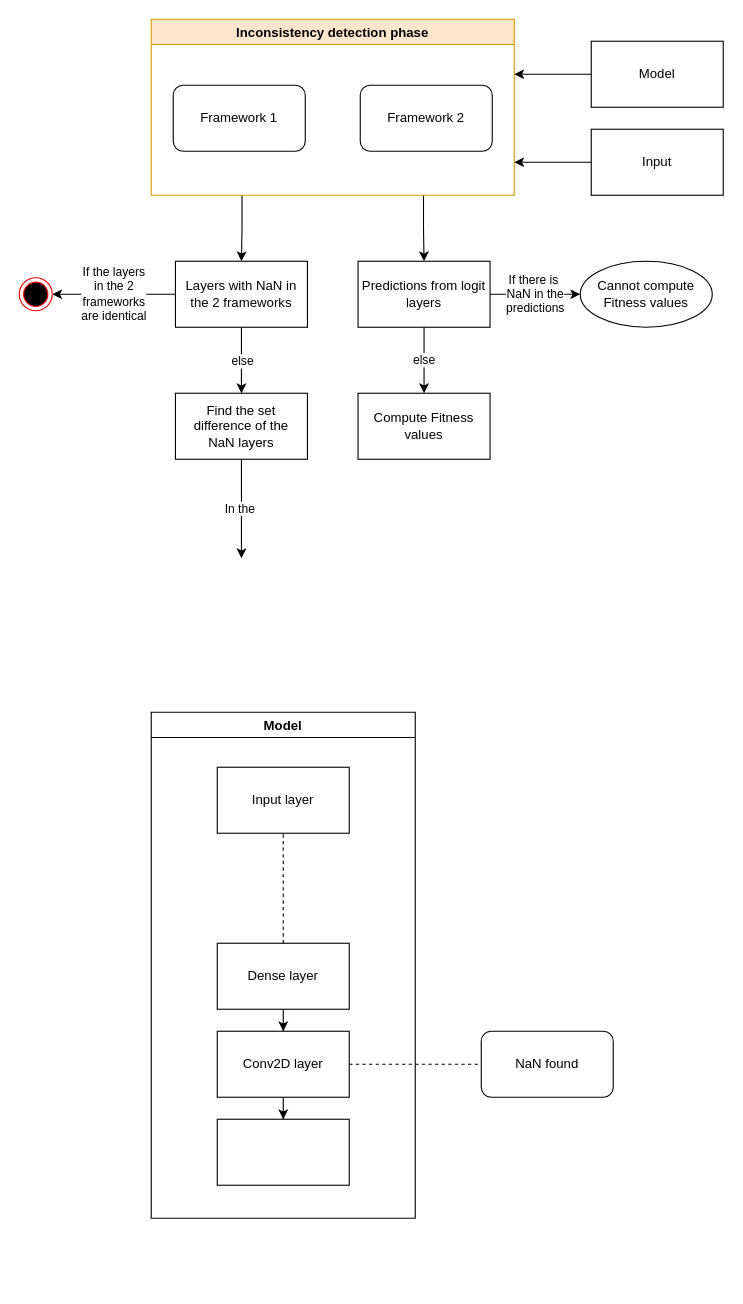
The draw.io diagram GA/dev_2/NaN_Inconsistency_detect.drawio in kelvinlyy/DCDT, before the edit. Source tidied: cells renumbered, new cells numbered last; positions are measured from the earlier drawing's top-left corner, leaving out a move shared by most shapes. Both pictures are drawn from the tidied source at 110%, with x=0, y=0 at pixel (19, 19).
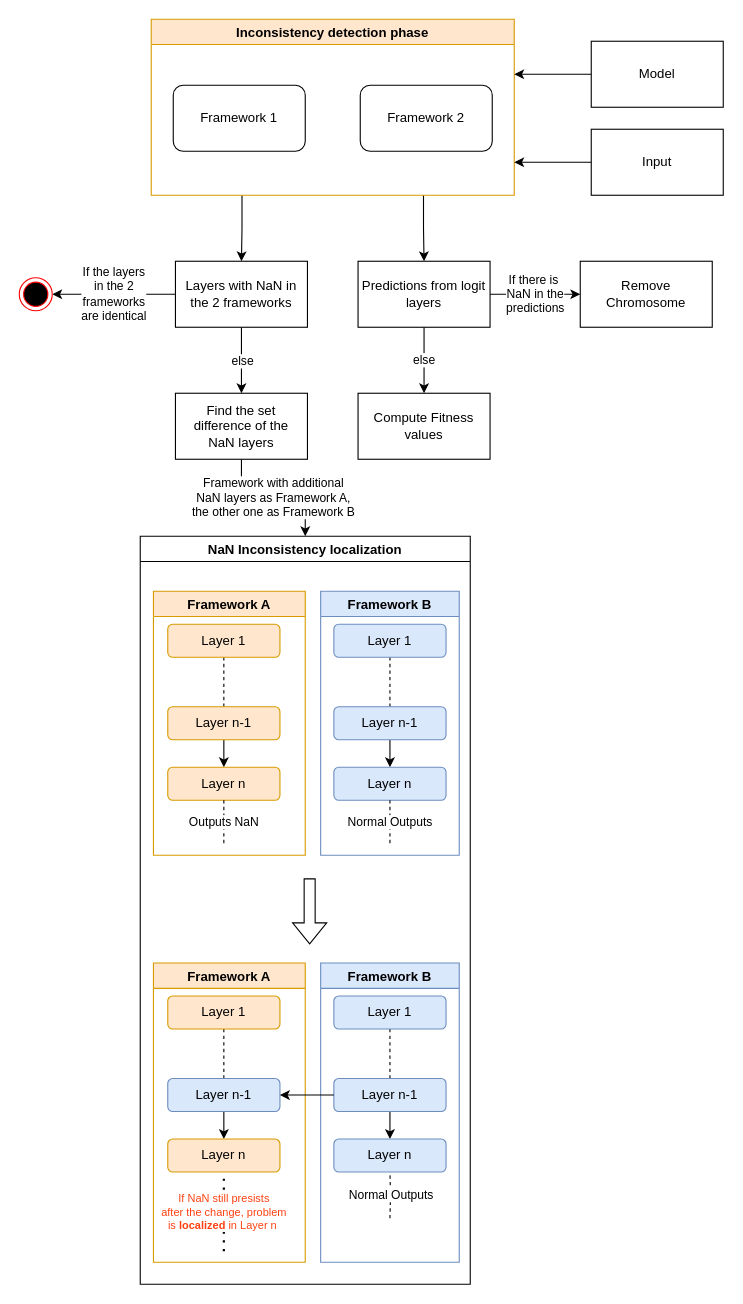
Above is the later version.

Unchanged cells that the change refers to:
```xml
<mxCell id="27" value="Predictions from logit layers" style="rounded=0;whiteSpace=wrap;html=1;" parent="1" vertex="1">
  <mxGeometry x="308" y="220" width="120" height="60" as="geometry" />
</mxCell>
<mxCell id="32" value="Find the set difference of the &lt;br&gt;NaN layers" style="rounded=0;whiteSpace=wrap;html=1;labelBackgroundColor=none;labelBorderColor=none;" parent="1" vertex="1">
  <mxGeometry x="142" y="340" width="120" height="60" as="geometry" />
</mxCell>
```

What changed in the source:
```diff
@@
-    <mxCell id="2" value="Input layer" style="rounded=0;whiteSpace=wrap;html=1;" parent="1" vertex="1">
-      <mxGeometry x="180" y="680" width="120" height="60" as="geometry" />
-    </mxCell>
-    <mxCell id="3" style="edgeStyle=orthogonalEdgeStyle;rounded=0;jettySize=auto;html=1;" parent="1" edge="1" source="4" target="6">
-      <mxGeometry relative="1" as="geometry" />
-    </mxCell>
-    <mxCell id="4" value="Dense layer" style="whiteSpace=wrap;html=1;rounded=0;" parent="1" vertex="1">
-      <mxGeometry x="180" y="840" width="120" height="60" as="geometry" />
-    </mxCell>
-    <mxCell id="5" style="edgeStyle=orthogonalEdgeStyle;rounded=0;jettySize=auto;html=1;" parent="1" edge="1" source="6" target="8">
-      <mxGeometry relative="1" as="geometry" />
-    </mxCell>
-    <mxCell id="6" value="Conv2D layer" style="whiteSpace=wrap;html=1;rounded=0;" parent="1" vertex="1">
-      <mxGeometry x="180" y="920" width="120" height="60" as="geometry" />
-    </mxCell>
-    <mxCell id="7" style="endArrow=none;dashed=1;html=1;rounded=0;entryX=0.5;entryY=1;entryDx=0;entryDy=0;exitX=0.5;exitY=0;exitDx=0;exitDy=0;" parent="1" edge="1" source="4" target="2">
-      <mxGeometry relative="1" as="geometry" />
-    </mxCell>
-    <mxCell id="8" style="whiteSpace=wrap;html=1;rounded=0;" parent="1" vertex="1">
-      <mxGeometry x="180" y="1000" width="120" height="60" as="geometry" />
-    </mxCell>
-    <mxCell id="9" value="Model" style="swimlane;" parent="1" vertex="1">
-      <mxGeometry x="120" y="630" width="240" height="460" as="geometry" />
+    <mxCell id="9" value="NaN Inconsistency localization" style="swimlane;" parent="1" vertex="1">
+      <mxGeometry x="110" y="470" width="300" height="680" as="geometry" />
     </mxCell>
-    <mxCell id="10" style="endArrow=none;dashed=1;html=1;rounded=0;exitX=1;exitY=0.5;exitDx=0;exitDy=0;entryX=0;entryY=0.5;entryDx=0;entryDy=0;" parent="1" edge="1" source="6" target="11">
-      <mxGeometry relative="1" as="geometry" />
-    </mxCell>
-    <mxCell id="11" value="NaN found" style="rounded=1;whiteSpace=wrap;html=1;" parent="1" vertex="1">
-      <mxGeometry x="420" y="920" width="120" height="60" as="geometry" />
-    </mxCell>
+    <mxCell id="33" value="Framework A" style="swimlane;labelBackgroundColor=none;labelBorderColor=none;fillColor=#ffe6cc;strokeColor=#d79b00;" parent="9" vertex="1">
+      <mxGeometry x="12" y="50" width="138" height="240" as="geometry" />
+    </mxCell>
+    <mxCell id="34" style="edgeStyle=orthogonalEdgeStyle;rounded=0;jettySize=auto;html=1;entryX=0.5;entryY=0;entryDx=0;entryDy=0;endArrow=none;endFill=0;dashed=1;" parent="33" edge="1" source="35" target="37">
+      <mxGeometry relative="1" as="geometry" />
+    </mxCell>
+    <mxCell id="35" value="Layer 1" style="rounded=1;whiteSpace=wrap;html=1;labelBackgroundColor=none;labelBorderColor=none;fillColor=#ffe6cc;strokeColor=#d79b00;" parent="33" vertex="1">
+      <mxGeometry x="13" y="30" width="102" height="30" as="geometry" />
+    </mxCell>
+    <mxCell id="36" style="edgeStyle=orthogonalEdgeStyle;rounded=0;jettySize=auto;html=1;endArrow=classic;endFill=1;" parent="33" edge="1" source="37" target="38">
+      <mxGeometry relative="1" as="geometry" />
+    </mxCell>
+    <mxCell id="37" value="Layer n-1" style="rounded=1;whiteSpace=wrap;html=1;labelBackgroundColor=none;labelBorderColor=none;fillColor=#ffe6cc;strokeColor=#d79b00;" parent="33" vertex="1">
+      <mxGeometry x="13" y="105" width="102" height="30" as="geometry" />
+    </mxCell>
+    <mxCell id="38" value="Layer n" style="rounded=1;whiteSpace=wrap;html=1;labelBackgroundColor=none;labelBorderColor=none;fillColor=#ffe6cc;strokeColor=#d79b00;" parent="33" vertex="1">
+      <mxGeometry x="13" y="160" width="102" height="30" as="geometry" />
+    </mxCell>
+    <mxCell id="39" value="Framework B" style="swimlane;labelBackgroundColor=none;labelBorderColor=none;fillColor=#dae8fc;strokeColor=#6c8ebf;" parent="9" vertex="1">
+      <mxGeometry x="164" y="50" width="126" height="240" as="geometry" />
+    </mxCell>
+    <mxCell id="40" style="edgeStyle=orthogonalEdgeStyle;rounded=0;jettySize=auto;html=1;entryX=0.5;entryY=0;entryDx=0;entryDy=0;dashed=1;endArrow=none;endFill=0;" parent="39" edge="1" source="41" target="43">
+      <mxGeometry relative="1" as="geometry" />
+    </mxCell>
+    <mxCell id="41" value="Layer 1" style="rounded=1;whiteSpace=wrap;html=1;labelBackgroundColor=none;labelBorderColor=none;fillColor=#dae8fc;strokeColor=#6c8ebf;" parent="39" vertex="1">
+      <mxGeometry x="12" y="30" width="102" height="30" as="geometry" />
+    </mxCell>
+    <mxCell id="42" style="edgeStyle=orthogonalEdgeStyle;rounded=0;jettySize=auto;html=1;entryX=0.5;entryY=0;entryDx=0;entryDy=0;endArrow=classic;endFill=1;" parent="39" edge="1" source="43" target="44">
+      <mxGeometry relative="1" as="geometry" />
+    </mxCell>
+    <mxCell id="43" value="Layer n-1" style="rounded=1;whiteSpace=wrap;html=1;labelBackgroundColor=none;labelBorderColor=none;fillColor=#dae8fc;strokeColor=#6c8ebf;" parent="39" vertex="1">
+      <mxGeometry x="12" y="105" width="102" height="30" as="geometry" />
+    </mxCell>
+    <mxCell id="44" value="Layer n" style="rounded=1;whiteSpace=wrap;html=1;labelBackgroundColor=none;labelBorderColor=none;fillColor=#dae8fc;strokeColor=#6c8ebf;" parent="39" vertex="1">
+      <mxGeometry x="12" y="160" width="102" height="30" as="geometry" />
+    </mxCell>
+    <mxCell id="45" value="Framework A" style="swimlane;labelBackgroundColor=none;labelBorderColor=none;fillColor=#ffe6cc;strokeColor=#d79b00;" parent="9" vertex="1">
+      <mxGeometry x="12" y="388" width="138" height="272" as="geometry" />
+    </mxCell>
+    <mxCell id="46" style="edgeStyle=orthogonalEdgeStyle;rounded=0;jettySize=auto;html=1;entryX=0.5;entryY=0;entryDx=0;entryDy=0;endArrow=none;endFill=0;dashed=1;" parent="45" edge="1" source="47" target="49">
+      <mxGeometry relative="1" as="geometry" />
+    </mxCell>
+    <mxCell id="47" value="Layer 1" style="rounded=1;whiteSpace=wrap;html=1;labelBackgroundColor=none;labelBorderColor=none;fillColor=#ffe6cc;strokeColor=#d79b00;" parent="45" vertex="1">
+      <mxGeometry x="13" y="30" width="102" height="30" as="geometry" />
+    </mxCell>
+    <mxCell id="48" style="edgeStyle=orthogonalEdgeStyle;rounded=0;jettySize=auto;html=1;endArrow=classic;endFill=1;" parent="45" edge="1" source="49" target="50">
+      <mxGeometry relative="1" as="geometry" />
+    </mxCell>
+    <mxCell id="49" value="Layer n-1" style="rounded=1;whiteSpace=wrap;html=1;labelBackgroundColor=none;labelBorderColor=none;fillColor=#dae8fc;strokeColor=#6c8ebf;" parent="45" vertex="1">
+      <mxGeometry x="13" y="105" width="102" height="30" as="geometry" />
+    </mxCell>
+    <mxCell id="50" value="Layer n" style="rounded=1;whiteSpace=wrap;html=1;labelBackgroundColor=none;labelBorderColor=none;fillColor=#ffe6cc;strokeColor=#d79b00;" parent="45" vertex="1">
+      <mxGeometry x="13" y="160" width="102" height="30" as="geometry" />
+    </mxCell>
+    <mxCell id="51" value="Framework B" style="swimlane;labelBackgroundColor=none;labelBorderColor=none;fillColor=#dae8fc;strokeColor=#6c8ebf;" parent="9" vertex="1">
+      <mxGeometry x="164" y="388" width="126" height="272" as="geometry" />
+    </mxCell>
+    <mxCell id="52" style="edgeStyle=orthogonalEdgeStyle;rounded=0;jettySize=auto;html=1;entryX=0.5;entryY=0;entryDx=0;entryDy=0;dashed=1;endArrow=none;endFill=0;" parent="51" edge="1" source="53" target="55">
+      <mxGeometry relative="1" as="geometry" />
+    </mxCell>
+    <mxCell id="53" value="Layer 1" style="rounded=1;whiteSpace=wrap;html=1;labelBackgroundColor=none;labelBorderColor=none;fillColor=#dae8fc;strokeColor=#6c8ebf;" parent="51" vertex="1">
+      <mxGeometry x="12" y="30" width="102" height="30" as="geometry" />
+    </mxCell>
+    <mxCell id="54" style="edgeStyle=orthogonalEdgeStyle;rounded=0;jettySize=auto;html=1;entryX=0.5;entryY=0;entryDx=0;entryDy=0;endArrow=classic;endFill=1;" parent="51" edge="1" source="55" target="56">
+      <mxGeometry relative="1" as="geometry" />
+    </mxCell>
+    <mxCell id="55" value="Layer n-1" style="rounded=1;whiteSpace=wrap;html=1;labelBackgroundColor=none;labelBorderColor=none;fillColor=#dae8fc;strokeColor=#6c8ebf;" parent="51" vertex="1">
+      <mxGeometry x="12" y="105" width="102" height="30" as="geometry" />
+    </mxCell>
+    <mxCell id="56" value="Layer n" style="rounded=1;whiteSpace=wrap;html=1;labelBackgroundColor=none;labelBorderColor=none;fillColor=#dae8fc;strokeColor=#6c8ebf;" parent="51" vertex="1">
+      <mxGeometry x="12" y="160" width="102" height="30" as="geometry" />
+    </mxCell>
+    <mxCell id="57" style="edgeStyle=orthogonalEdgeStyle;rounded=0;jettySize=auto;html=1;fontSize=10;endArrow=classic;endFill=1;" parent="9" edge="1" source="55" target="49">
+      <mxGeometry relative="1" as="geometry" />
+    </mxCell>
+    <mxCell id="58" style="shape=flexArrow;endArrow=classic;html=1;rounded=0;fontSize=10;" parent="9" edge="1">
+      <mxGeometry relative="1" as="geometry">
+        <mxPoint x="154" y="311" as="sourcePoint" />
+        <mxPoint x="154" y="371" as="targetPoint" />
+      </mxGeometry>
+    </mxCell>
+    <mxCell id="59" value="&lt;font color=&quot;#ff4112&quot;&gt;If NaN still presists&lt;br&gt;after the change, problem&lt;br&gt;is &lt;b&gt;localized&lt;/b&gt; in Layer n&amp;nbsp;&lt;/font&gt;" style="endArrow=none;dashed=1;html=1;dashPattern=1 3;strokeWidth=2;rounded=0;fontSize=10;entryX=0.5;entryY=1;entryDx=0;entryDy=0;" parent="9" edge="1" target="50">
+      <mxGeometry relative="1" as="geometry">
+        <mxPoint x="76" y="650" as="sourcePoint" />
+      </mxGeometry>
+    </mxCell>
@@
-    <mxCell id="26" value="If there is&amp;nbsp;&lt;br&gt;NaN&amp;nbsp;in the &lt;br&gt;predictions" style="edgeStyle=orthogonalEdgeStyle;rounded=0;jettySize=auto;html=1;" parent="1" edge="1" source="27" target="30">
+    <mxCell id="26" value="If there is&amp;nbsp;&lt;br&gt;NaN&amp;nbsp;in the &lt;br&gt;predictions" style="edgeStyle=orthogonalEdgeStyle;rounded=0;jettySize=auto;html=1;entryX=0;entryY=0.5;entryDx=0;entryDy=0;" parent="1" edge="1" source="27" target="60">
       <mxGeometry relative="1" as="geometry" />
     </mxCell>
@@
-    <mxCell id="30" value="Cannot compute&lt;br&gt;Fitness values" style="ellipse;whiteSpace=wrap;html=1;rounded=0;" parent="1" vertex="1">
-      <mxGeometry x="510" y="220" width="120" height="60" as="geometry" />
-    </mxCell>
-    <mxCell id="31" value="In the&amp;nbsp;" style="edgeStyle=orthogonalEdgeStyle;rounded=0;jettySize=auto;html=1;" parent="1" edge="1" source="32">
-      <mxGeometry relative="1" as="geometry">
-        <mxPoint x="202" y="490" as="targetPoint" />
-      </mxGeometry>
+    <mxCell id="31" value="Framework&amp;nbsp;with additional &lt;br&gt;NaN&amp;nbsp;layers as Framework A,&lt;br&gt;the other one as Framework B" style="edgeStyle=orthogonalEdgeStyle;rounded=0;jettySize=auto;html=1;" parent="1" edge="1" source="32" target="9">
+      <mxGeometry relative="1" as="geometry" />
     </mxCell>
@@
+    <mxCell id="60" value="Remove Chromosome" style="rounded=0;whiteSpace=wrap;html=1;labelBackgroundColor=none;labelBorderColor=none;" parent="1" vertex="1">
+      <mxGeometry x="510" y="220" width="120" height="60" as="geometry" />
+    </mxCell>
+    <mxCell id="61" value="Outputs NaN" style="edgeStyle=orthogonalEdgeStyle;rounded=0;jettySize=auto;html=1;endArrow=none;endFill=0;dashed=1;" parent="1" edge="1" source="38">
+      <mxGeometry relative="1" as="geometry">
+        <mxPoint x="186" y="750" as="targetPoint" />
+      </mxGeometry>
+    </mxCell>
+    <mxCell id="62" value="Normal Outputs" style="edgeStyle=orthogonalEdgeStyle;rounded=0;jettySize=auto;html=1;dashed=1;endArrow=none;endFill=0;" parent="1" edge="1" source="44">
+      <mxGeometry relative="1" as="geometry">
+        <mxPoint x="337" y="750" as="targetPoint" />
+      </mxGeometry>
+    </mxCell>
+    <mxCell id="63" value="Normal Outputs" style="edgeStyle=orthogonalEdgeStyle;rounded=0;jettySize=auto;html=1;dashed=1;endArrow=none;endFill=0;entryX=0.5;entryY=1;entryDx=0;entryDy=0;" parent="1" edge="1" target="56">
+      <mxGeometry relative="1" as="geometry">
+        <mxPoint x="337" y="1090" as="sourcePoint" />
+      </mxGeometry>
+    </mxCell>
```
